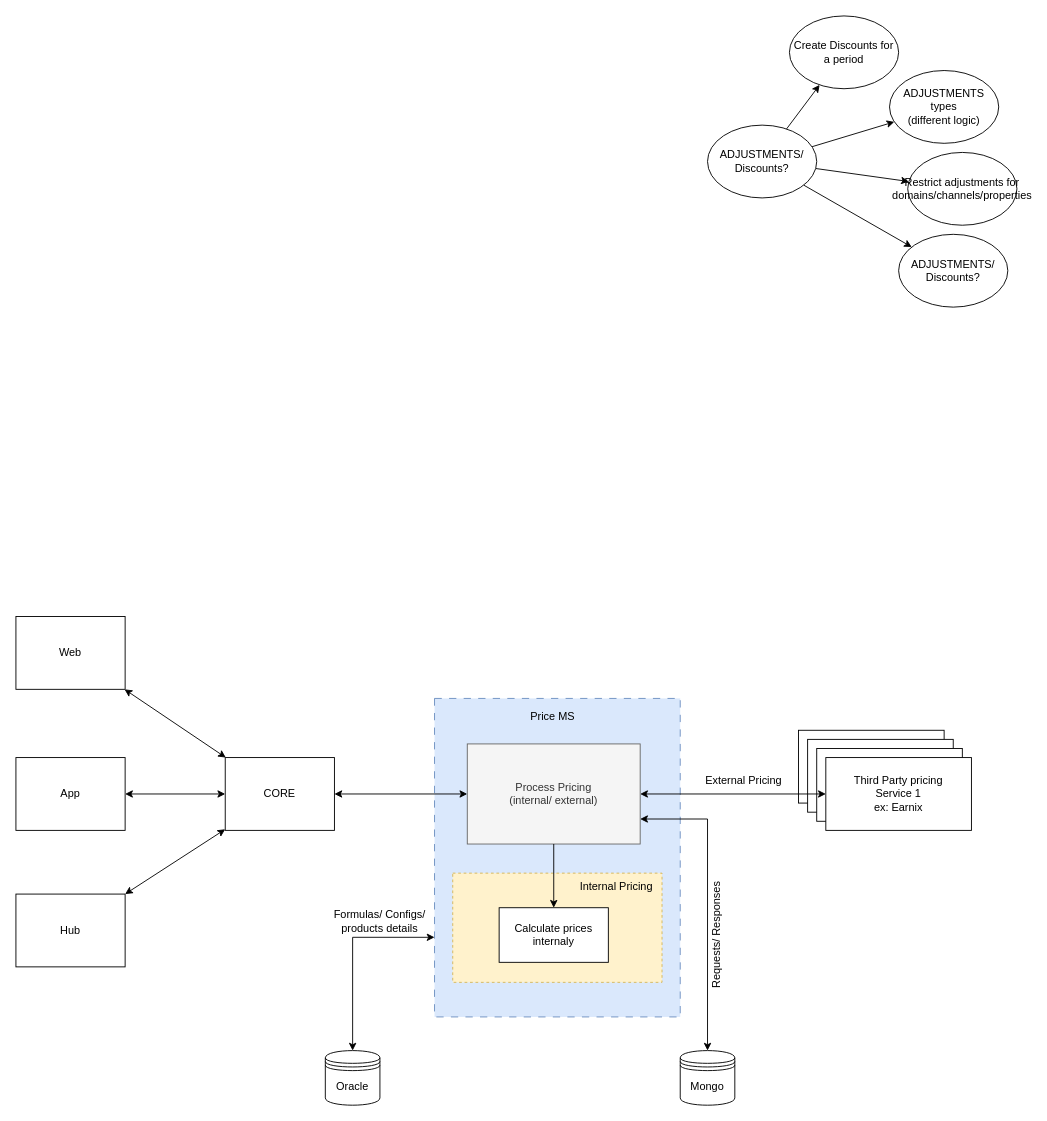
Before: Price MS Architecture.drawio in amilasilva7/Designing-Repo, a draw.io diagram. Source tidied: cells renumbered, new cells numbered last; positions are measured from the earlier drawing's top-left corner, leaving out a move shared by most shapes. Both pictures are drawn from the tidied source at 91%, with x=0, y=0 at pixel (15, 15).
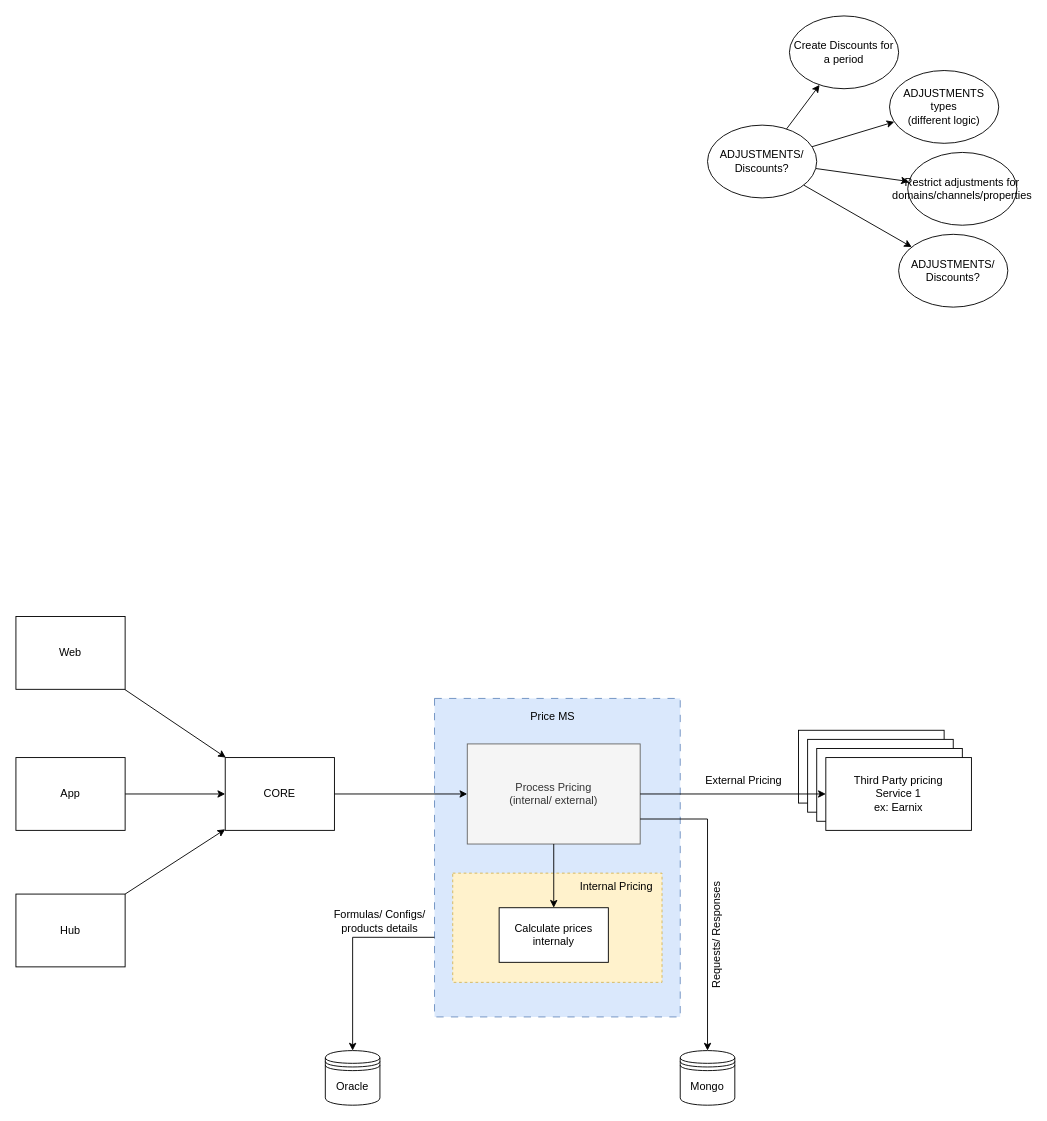
The same page after the edit.

The change refers to these unchanged cells:
```xml
<mxCell id="6" style="rounded=0;whiteSpace=wrap;html=1;" parent="2" vertex="1">
  <mxGeometry x="30" y="30" width="160" height="80" as="geometry" />
</mxCell>
<mxCell id="8" style="rounded=0;whiteSpace=wrap;html=1;dashed=1;dashPattern=8 8;fillColor=#dae8fc;strokeColor=#6c8ebf;" parent="1" vertex="1">
  <mxGeometry x="460" y="750" width="270" height="350" as="geometry" />
</mxCell>
<mxCell id="11" value="Process Pricing &lt;br&gt;(internal/ external)" style="rounded=0;whiteSpace=wrap;html=1;fillColor=#f5f5f5;strokeColor=#666666;fontColor=#333333;" parent="1" vertex="1">
  <mxGeometry x="496" y="800" width="190" height="110" as="geometry" />
</mxCell>
<mxCell id="19" value="CORE" style="rounded=0;whiteSpace=wrap;html=1;" parent="1" vertex="1">
  <mxGeometry x="230" y="815" width="120" height="80" as="geometry" />
</mxCell>
<mxCell id="20" value="Web" style="rounded=0;whiteSpace=wrap;html=1;" parent="1" vertex="1">
  <mxGeometry y="660" width="120" height="80" as="geometry" />
</mxCell>
<mxCell id="21" value="App" style="rounded=0;whiteSpace=wrap;html=1;" parent="1" vertex="1">
  <mxGeometry y="815" width="120" height="80" as="geometry" />
</mxCell>
<mxCell id="22" value="Hub" style="rounded=0;whiteSpace=wrap;html=1;" parent="1" vertex="1">
  <mxGeometry y="965" width="120" height="80" as="geometry" />
</mxCell>
<mxCell id="23" value="Mongo" style="shape=datastore;whiteSpace=wrap;html=1;" parent="1" vertex="1">
  <mxGeometry x="730" y="1137" width="60" height="60" as="geometry" />
</mxCell>
<mxCell id="24" value="Oracle" style="shape=datastore;whiteSpace=wrap;html=1;" parent="1" vertex="1">
  <mxGeometry x="340" y="1137" width="60" height="60" as="geometry" />
</mxCell>
```

The edit, as a diff of the source:
```diff
@@
-    <mxCell id="10" style="edgeStyle=orthogonalEdgeStyle;rounded=0;jettySize=auto;html=1;startArrow=classic;startFill=1;" parent="1" edge="1" source="11" target="19">
+    <mxCell id="10" style="edgeStyle=orthogonalEdgeStyle;rounded=0;jettySize=auto;html=1;startArrow=classic;startFill=1;endArrow=none;endFill=0;" parent="1" edge="1" source="11" target="19">
       <mxGeometry relative="1" as="geometry" />
     </mxCell>
@@
-    <mxCell id="12" style="rounded=0;jettySize=auto;html=1;edgeStyle=orthogonalEdgeStyle;exitX=0;exitY=0.75;exitDx=0;exitDy=0;startArrow=classic;startFill=1;" parent="1" edge="1" source="8" target="24">
+    <mxCell id="12" style="rounded=0;jettySize=auto;html=1;edgeStyle=orthogonalEdgeStyle;exitX=0;exitY=0.75;exitDx=0;exitDy=0;startArrow=none;startFill=0;endArrow=classic;endFill=1;" parent="1" edge="1" source="8" target="24">
       <mxGeometry relative="1" as="geometry">
         <Array as="points">
           <mxPoint x="370" y="1013" />
         </Array>
       </mxGeometry>
     </mxCell>
@@
-    <mxCell id="15" style="edgeStyle=orthogonalEdgeStyle;rounded=0;jettySize=auto;html=1;startArrow=classic;startFill=1;endArrow=classic;endFill=1;entryX=1;entryY=0.5;entryDx=0;entryDy=0;exitX=0;exitY=0.5;exitDx=0;exitDy=0;" parent="1" edge="1" source="6" target="11">
+    <mxCell id="15" style="edgeStyle=orthogonalEdgeStyle;rounded=0;jettySize=auto;html=1;startArrow=classic;startFill=1;endArrow=none;endFill=0;entryX=1;entryY=0.5;entryDx=0;entryDy=0;exitX=0;exitY=0.5;exitDx=0;exitDy=0;" parent="1" edge="1" source="6" target="11">
       <mxGeometry relative="1" as="geometry" />
     </mxCell>
-    <mxCell id="16" style="rounded=0;jettySize=auto;html=1;endArrow=classic;endFill=1;startArrow=classic;startFill=1;" parent="1" edge="1" source="19" target="20">
+    <mxCell id="16" style="rounded=0;jettySize=auto;html=1;endArrow=none;endFill=0;startArrow=classic;startFill=1;" parent="1" edge="1" source="19" target="20">
       <mxGeometry relative="1" as="geometry" />
     </mxCell>
-    <mxCell id="17" style="rounded=0;jettySize=auto;html=1;entryX=1;entryY=0;entryDx=0;entryDy=0;endArrow=classic;endFill=1;startArrow=classic;startFill=1;" parent="1" edge="1" source="19" target="22">
+    <mxCell id="17" style="rounded=0;jettySize=auto;html=1;entryX=1;entryY=0;entryDx=0;entryDy=0;endArrow=none;endFill=0;startArrow=classic;startFill=1;" parent="1" edge="1" source="19" target="22">
       <mxGeometry relative="1" as="geometry" />
     </mxCell>
-    <mxCell id="18" style="edgeStyle=orthogonalEdgeStyle;rounded=0;jettySize=auto;html=1;entryX=1;entryY=0.5;entryDx=0;entryDy=0;startArrow=classic;startFill=1;endArrow=classic;endFill=1;" parent="1" edge="1" source="19" target="21">
+    <mxCell id="18" style="edgeStyle=orthogonalEdgeStyle;rounded=0;jettySize=auto;html=1;entryX=1;entryY=0.5;entryDx=0;entryDy=0;startArrow=classic;startFill=1;endArrow=none;endFill=0;" parent="1" edge="1" source="19" target="21">
       <mxGeometry relative="1" as="geometry" />
     </mxCell>
@@
-    <mxCell id="28" style="edgeStyle=orthogonalEdgeStyle;rounded=0;jettySize=auto;html=1;entryX=0.5;entryY=0;entryDx=0;entryDy=0;exitX=1;exitY=0.75;exitDx=0;exitDy=0;startArrow=classic;startFill=1;" parent="1" edge="1" source="11" target="23">
+    <mxCell id="28" style="edgeStyle=orthogonalEdgeStyle;rounded=0;jettySize=auto;html=1;entryX=0.5;entryY=0;entryDx=0;entryDy=0;exitX=1;exitY=0.75;exitDx=0;exitDy=0;startArrow=none;startFill=0;endArrow=classic;endFill=1;" parent="1" edge="1" source="11" target="23">
       <mxGeometry relative="1" as="geometry">
         <Array as="points">
           <mxPoint x="760" y="883" />
         </Array>
       </mxGeometry>
     </mxCell>
```
